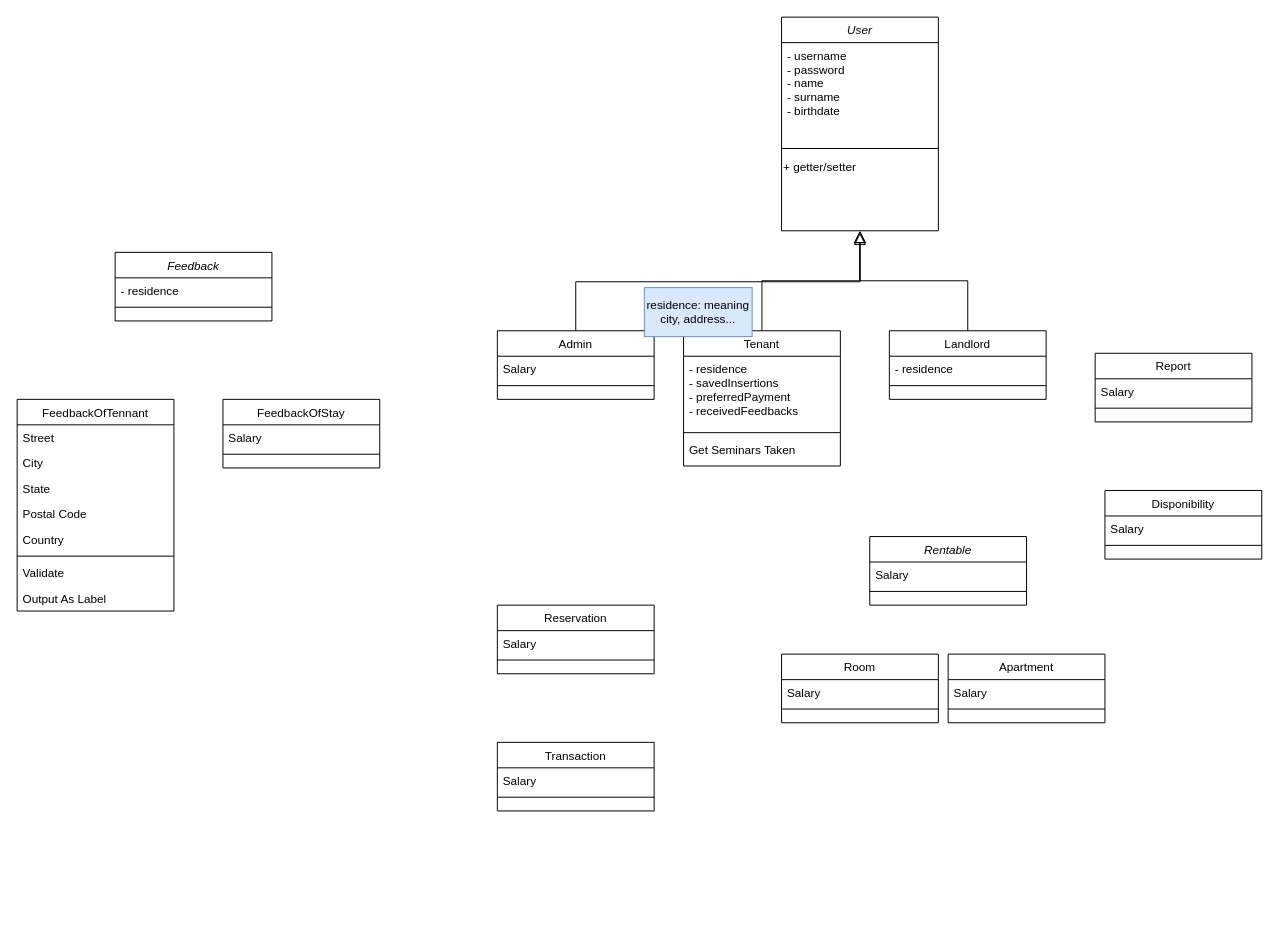
Earlier version of the draw.io diagram class_diagram.drawio (dnbias/hroom). Source tidied: cells renumbered, new cells numbered last; positions are measured from the earlier drawing's top-left corner, leaving out a move shared by most shapes. Both pictures are drawn from the tidied source at 98%, with x=0, y=0 at pixel (17, 17).
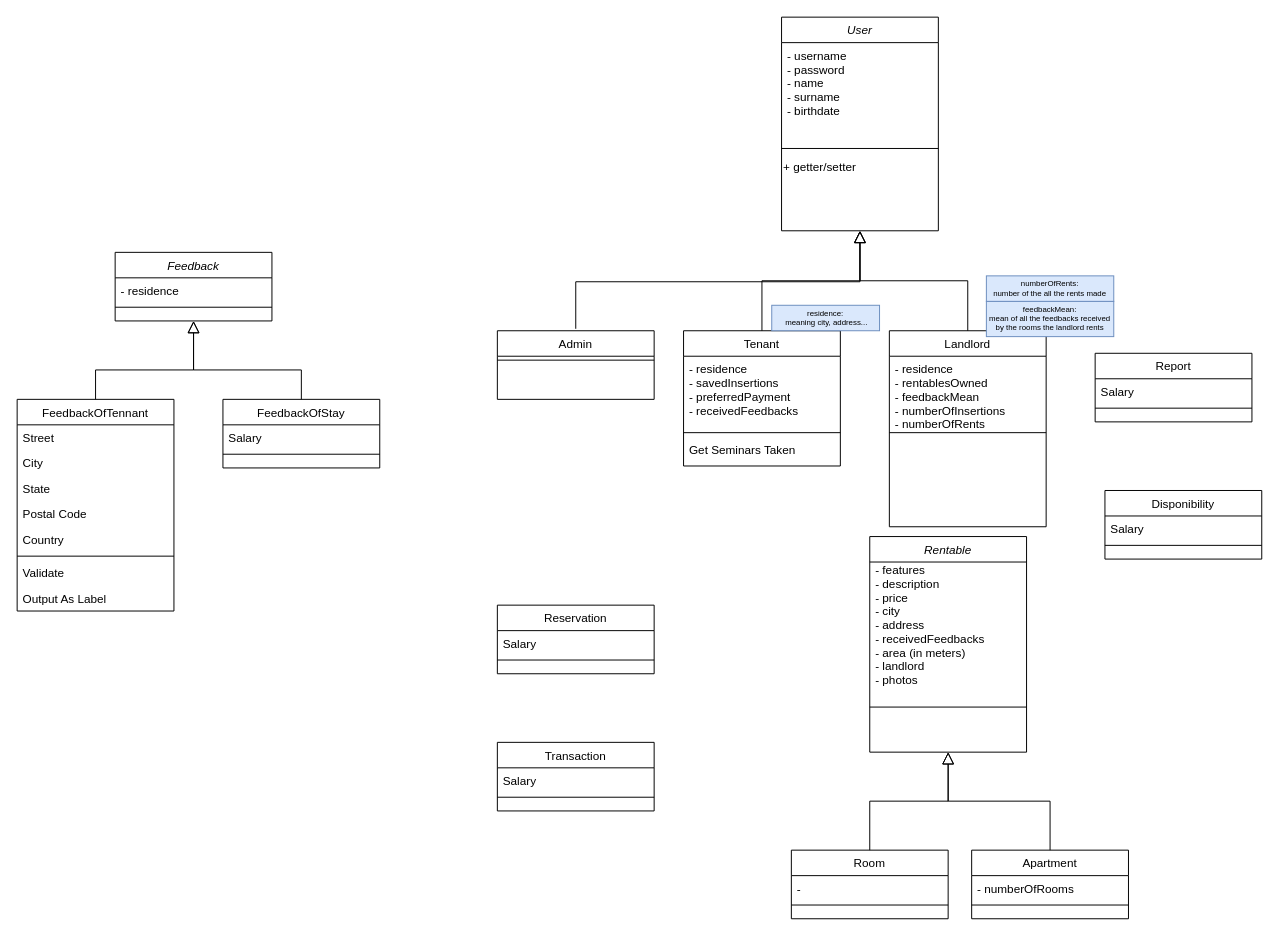
The same diagram, later.

Unchanged cells that the change refers to:
```xml
<mxCell id="24" value="Admin" style="swimlane;fontStyle=0;align=center;verticalAlign=top;horizontal=1;startSize=26;rounded=0;shadow=0;strokeWidth=1;" parent="1" vertex="1">
  <mxGeometry x="490" y="320" width="160" height="70" as="geometry" />
</mxCell>
```

What changed in the source:
```diff
@@
     <mxCell id="11" value="Landlord" style="swimlane;fontStyle=0;align=center;verticalAlign=top;horizontal=1;startSize=26;rounded=0;shadow=0;strokeWidth=1;" parent="1" vertex="1">
-      <mxGeometry x="890" y="320" width="160" height="70" as="geometry" />
+      <mxGeometry x="890" y="320" width="160" height="200" as="geometry" />
     </mxCell>
-    <mxCell id="12" value="- residence" style="text;align=left;verticalAlign=top;spacingLeft=4;spacingRight=4;overflow=hidden;" parent="11" vertex="1">
-      <mxGeometry y="26" width="160" height="26" as="geometry" />
+    <mxCell id="12" value="- residence&#10;- rentablesOwned&#10;- feedbackMean&#10;- numberOfInsertions&#10;- numberOfRents&#10;&#10;" style="text;align=left;verticalAlign=top;spacingLeft=4;spacingRight=4;overflow=hidden;" parent="11" vertex="1">
+      <mxGeometry y="26" width="160" height="74" as="geometry" />
     </mxCell>
     <mxCell id="13" style="line;html=1;strokeWidth=1;align=left;verticalAlign=middle;spacingTop=-1;spacingLeft=3;spacingRight=3;labelPosition=right;" parent="11" vertex="1">
-      <mxGeometry y="52" width="160" height="8" as="geometry" />
+      <mxGeometry y="100" width="160" height="8" as="geometry" />
     </mxCell>
@@
-    <mxCell id="25" value="Salary" style="text;align=left;verticalAlign=top;spacingLeft=4;spacingRight=4;overflow=hidden;" parent="24" vertex="1">
-      <mxGeometry y="26" width="160" height="26" as="geometry" />
-    </mxCell>
     <mxCell id="26" style="line;html=1;strokeWidth=1;align=left;verticalAlign=middle;spacingTop=-1;spacingLeft=3;spacingRight=3;labelPosition=right;" parent="24" vertex="1">
-      <mxGeometry y="52" width="160" height="8" as="geometry" />
+      <mxGeometry y="26" width="160" height="8" as="geometry" />
     </mxCell>
@@
     <mxCell id="33" value="Rentable" style="swimlane;fontStyle=2;align=center;verticalAlign=top;horizontal=1;startSize=26;rounded=0;shadow=0;strokeWidth=1;" parent="1" vertex="1">
-      <mxGeometry x="870" y="530" width="160" height="70" as="geometry" />
+      <mxGeometry x="870" y="530" width="160" height="220" as="geometry" />
     </mxCell>
-    <mxCell id="34" value="Salary" style="text;align=left;verticalAlign=top;spacingLeft=4;spacingRight=4;overflow=hidden;" parent="33" vertex="1">
-      <mxGeometry y="26" width="160" height="26" as="geometry" />
+    <mxCell id="34" value="- features&#10;- description&#10;- price&#10;- city&#10;- address&#10;- receivedFeedbacks&#10;- area (in meters)&#10;- landlord&#10;- photos&#10;&#10;&#10;" style="text;align=left;verticalAlign=middle;spacingLeft=4;spacingRight=4;overflow=hidden;labelPosition=center;verticalLabelPosition=middle;" parent="33" vertex="1">
+      <mxGeometry y="26" width="160" height="144" as="geometry" />
     </mxCell>
     <mxCell id="35" style="line;html=1;strokeWidth=1;align=left;verticalAlign=middle;spacingTop=-1;spacingLeft=3;spacingRight=3;labelPosition=right;" parent="33" vertex="1">
-      <mxGeometry y="52" width="160" height="8" as="geometry" />
+      <mxGeometry y="170" width="160" height="8" as="geometry" />
     </mxCell>
     <mxCell id="36" value="Room" style="swimlane;fontStyle=0;align=center;verticalAlign=top;horizontal=1;startSize=26;rounded=0;shadow=0;strokeWidth=1;" parent="1" vertex="1">
-      <mxGeometry x="780" y="650" width="160" height="70" as="geometry" />
+      <mxGeometry x="790" y="850" width="160" height="70" as="geometry" />
     </mxCell>
-    <mxCell id="37" value="Salary" style="text;align=left;verticalAlign=top;spacingLeft=4;spacingRight=4;overflow=hidden;" parent="36" vertex="1">
+    <mxCell id="37" value="- " style="text;align=left;verticalAlign=top;spacingLeft=4;spacingRight=4;overflow=hidden;" parent="36" vertex="1">
       <mxGeometry y="26" width="160" height="26" as="geometry" />
     </mxCell>
@@
     <mxCell id="39" value="Apartment" style="swimlane;fontStyle=0;align=center;verticalAlign=top;horizontal=1;startSize=26;rounded=0;shadow=0;strokeWidth=1;" parent="1" vertex="1">
-      <mxGeometry x="950" y="650" width="160" height="70" as="geometry" />
+      <mxGeometry x="974" y="850" width="160" height="70" as="geometry" />
     </mxCell>
-    <mxCell id="40" value="Salary" style="text;align=left;verticalAlign=top;spacingLeft=4;spacingRight=4;overflow=hidden;" parent="39" vertex="1">
+    <mxCell id="40" value="- numberOfRooms" style="text;align=left;verticalAlign=top;spacingLeft=4;spacingRight=4;overflow=hidden;" parent="39" vertex="1">
       <mxGeometry y="26" width="160" height="26" as="geometry" />
     </mxCell>
@@
-    <mxCell id="51" value="residence: meaning city, address..." style="text;html=1;strokeColor=#6c8ebf;fillColor=#dae8fc;align=center;verticalAlign=middle;whiteSpace=wrap;rounded=0;" parent="1" vertex="1">
-      <mxGeometry x="640" y="276" width="110" height="50" as="geometry" />
+    <mxCell id="51" value="&lt;div style=&quot;font-size: 8px;&quot;&gt;residence:&lt;/div&gt;&lt;div style=&quot;font-size: 8px;&quot;&gt;&amp;nbsp;meaning city, address...&lt;/div&gt;" style="text;html=1;strokeColor=#6c8ebf;fillColor=#dae8fc;align=center;verticalAlign=middle;whiteSpace=wrap;rounded=0;fontSize=8;" parent="1" vertex="1">
+      <mxGeometry x="770" y="294" width="110" height="26" as="geometry" />
     </mxCell>
@@
-    <mxCell id="55" style="endArrow=block;endSize=10;endFill=0;shadow=0;strokeWidth=1;rounded=0;edgeStyle=elbowEdgeStyle;elbow=vertical;exitX=0.5;exitY=0;exitDx=0;exitDy=0;" parent="1" edge="1" source="24">
+    <mxCell id="55" style="endArrow=block;endSize=10;endFill=0;shadow=0;strokeWidth=1;rounded=0;edgeStyle=elbowEdgeStyle;elbow=vertical;exitX=0.5;exitY=0;exitDx=0;exitDy=0;" parent="1" edge="1">
       <mxGeometry relative="1" as="geometry">
-        <mxPoint x="860" y="220" as="targetPoint" />
+        <mxPoint x="570" y="318" as="sourcePoint" />
+        <mxPoint x="860" y="218" as="targetPoint" />
+        <Array as="points">
+          <mxPoint x="710" y="270" />
+        </Array>
       </mxGeometry>
     </mxCell>
+    <mxCell id="56" style="endArrow=block;endSize=10;endFill=0;shadow=0;strokeWidth=1;rounded=0;edgeStyle=elbowEdgeStyle;elbow=vertical;" parent="1" edge="1">
+      <mxGeometry relative="1" as="geometry">
+        <mxPoint x="290" y="390" as="sourcePoint" />
+        <mxPoint x="180" y="310" as="targetPoint" />
+        <Array as="points">
+          <mxPoint x="230" y="360" />
+        </Array>
+      </mxGeometry>
+    </mxCell>
+    <mxCell id="57" style="endArrow=block;endSize=10;endFill=0;shadow=0;strokeWidth=1;rounded=0;edgeStyle=elbowEdgeStyle;elbow=vertical;" parent="1" edge="1">
+      <mxGeometry relative="1" as="geometry">
+        <mxPoint x="80" y="390" as="sourcePoint" />
+        <mxPoint x="180" y="310" as="targetPoint" />
+        <Array as="points">
+          <mxPoint x="130" y="360" />
+        </Array>
+      </mxGeometry>
+    </mxCell>
+    <mxCell id="58" style="endArrow=block;endSize=10;endFill=0;shadow=0;strokeWidth=1;rounded=0;edgeStyle=elbowEdgeStyle;elbow=vertical;" parent="1" edge="1">
+      <mxGeometry relative="1" as="geometry">
+        <mxPoint x="870" y="850" as="sourcePoint" />
+        <mxPoint x="950" y="750" as="targetPoint" />
+        <Array as="points">
+          <mxPoint x="820" y="800" />
+        </Array>
+      </mxGeometry>
+    </mxCell>
+    <mxCell id="59" style="endArrow=block;endSize=10;endFill=0;shadow=0;strokeWidth=1;rounded=0;edgeStyle=elbowEdgeStyle;elbow=vertical;exitX=0.5;exitY=0;exitDx=0;exitDy=0;" parent="1" edge="1" source="39">
+      <mxGeometry relative="1" as="geometry">
+        <mxPoint x="950" y="750" as="targetPoint" />
+        <Array as="points">
+          <mxPoint x="1000" y="800" />
+        </Array>
+      </mxGeometry>
+    </mxCell>
+    <mxCell id="60" value="&lt;div style=&quot;font-size: 8px;&quot;&gt;feedbackMean:&lt;/div&gt;mean of all the feedbacks received by the rooms the landlord rents" style="text;html=1;strokeColor=#6c8ebf;fillColor=#dae8fc;align=center;verticalAlign=middle;whiteSpace=wrap;rounded=0;fontSize=8;" parent="1" vertex="1">
+      <mxGeometry x="989" y="290" width="130" height="36" as="geometry" />
+    </mxCell>
+    <mxCell id="61" value="&lt;div style=&quot;font-size: 8px;&quot;&gt;numberOfRents:&lt;/div&gt;number of the all the rents made " style="text;html=1;strokeColor=#6c8ebf;fillColor=#dae8fc;align=center;verticalAlign=middle;whiteSpace=wrap;rounded=0;fontSize=8;" parent="1" vertex="1">
+      <mxGeometry x="989" y="264" width="130" height="26" as="geometry" />
+    </mxCell>
```
